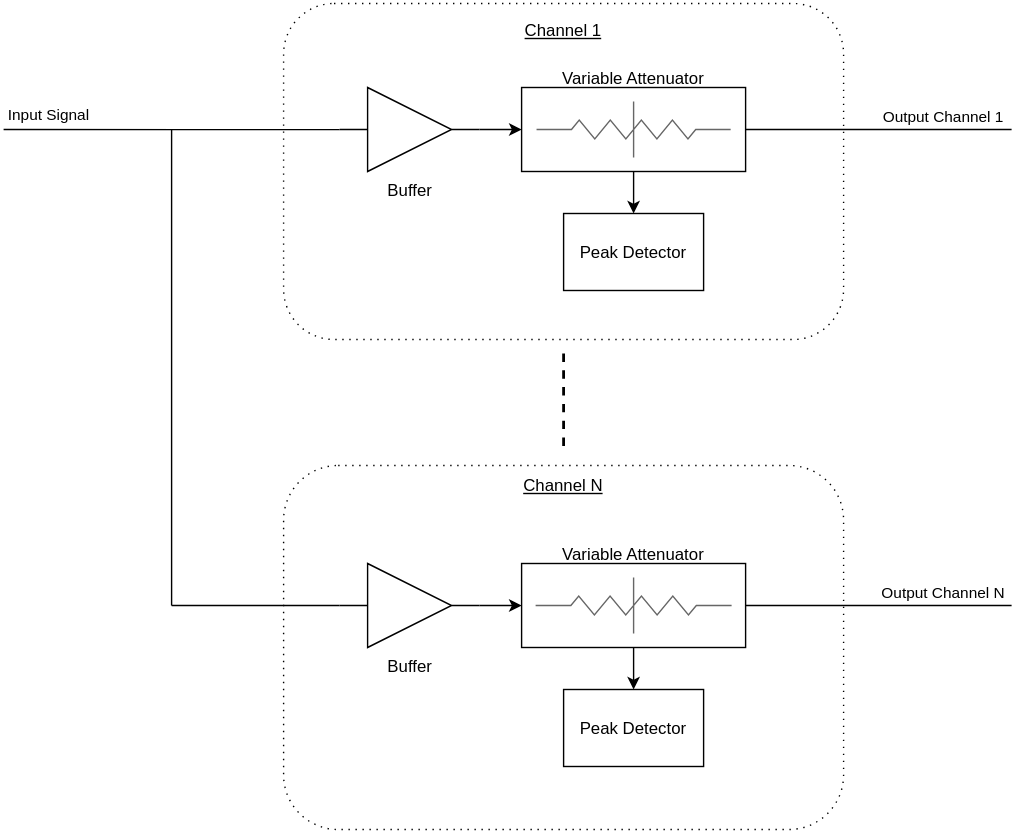
This is ActiveSplitterPedal/RevD/SOIC14/docs/systemdesign/SplitterBlockDiagram.svg from cracked-machine/ActiveSplitterPedalWithAnalogPeakDetector_HW, a draw.io export, as it was before one commit. Source tidied: cells renumbered, new cells last; positions are measured from the earlier drawing's top-left corner, leaving out a move shared by most shapes.
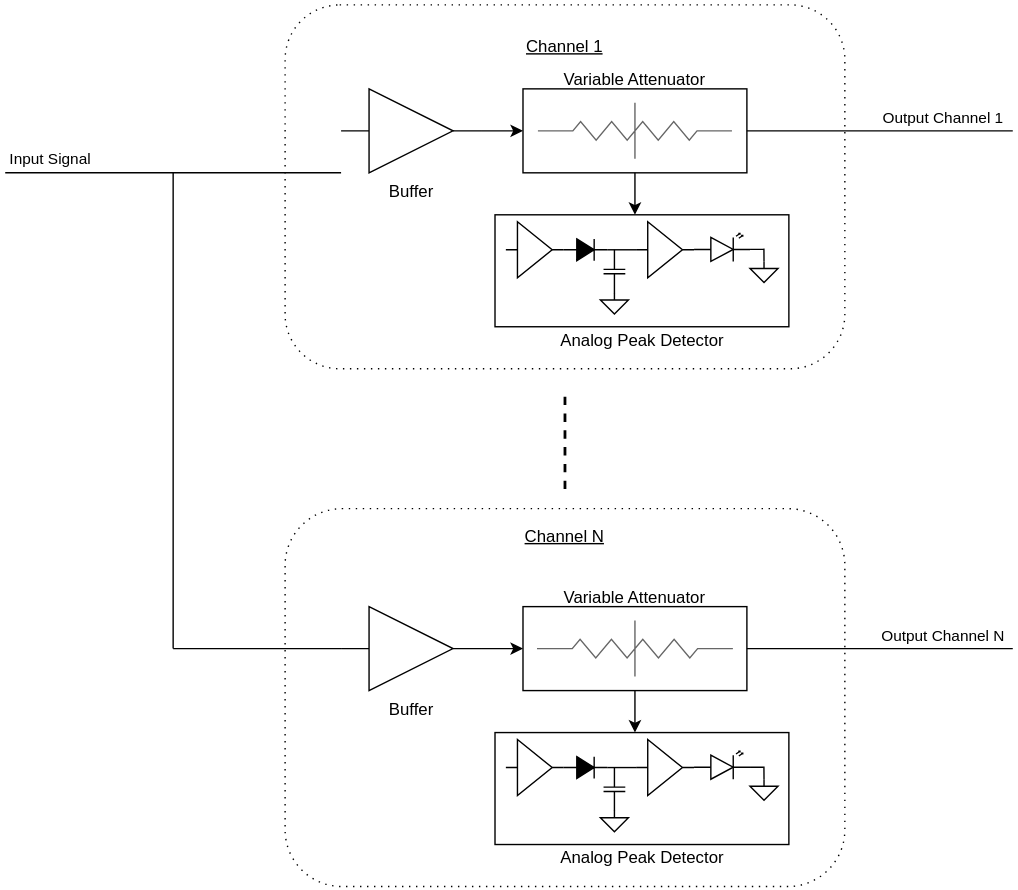
Later version of the same file.

Commit message:
updated svg system overview diagram

What changed in the source:
```diff
@@ -2,14 +2,14 @@
   <root>
     <mxCell id="0" />
     <mxCell id="1" parent="0" />
-    <mxCell id="2" style="edgeStyle=orthogonalEdgeStyle;rounded=0;orthogonalLoop=1;jettySize=auto;html=1;startArrow=none;startFill=0;endArrow=none;endFill=0;dashed=1;strokeWidth=2;" parent="1" edge="1">
-      <mxGeometry relative="1" as="geometry">
-        <mxPoint x="400" y="250" as="sourcePoint" />
-        <mxPoint x="400" y="320" as="targetPoint" />
-      </mxGeometry>
-    </mxCell>
+    <mxCell id="26" style="edgeStyle=orthogonalEdgeStyle;rounded=0;orthogonalLoop=1;jettySize=auto;html=1;startArrow=none;startFill=0;endArrow=none;endFill=0;dashed=1;strokeWidth=2;" parent="1" edge="1">
+      <mxGeometry relative="1" as="geometry">
+        <mxPoint x="400" y="250" as="sourcePoint" />
+        <mxPoint x="400" y="320" as="targetPoint" />
+      </mxGeometry>
+    </mxCell>
     <mxCell id="3" value="&lt;div&gt;&lt;u&gt;Channel&amp;nbsp;1&lt;/u&gt;&lt;/div&gt;&lt;div&gt;&lt;br&gt;&lt;/div&gt;&lt;div&gt;&lt;br&gt;&lt;/div&gt;&lt;div&gt;&lt;br&gt;&lt;/div&gt;&lt;div&gt;&lt;br&gt;&lt;/div&gt;&lt;div&gt;&lt;br&gt;&lt;/div&gt;&lt;div&gt;&lt;br&gt;&lt;/div&gt;&lt;div&gt;&lt;br&gt;&lt;/div&gt;&lt;div&gt;&lt;br&gt;&lt;/div&gt;&lt;div&gt;&lt;br&gt;&lt;/div&gt;&lt;div&gt;&lt;br&gt;&lt;/div&gt;&lt;div&gt;&lt;br&gt;&lt;/div&gt;&lt;div&gt;&lt;br&gt;&lt;/div&gt;&lt;div&gt;&lt;br&gt;&lt;/div&gt;&lt;div&gt;&lt;br&gt;&lt;/div&gt;" style="shape=rect;html=1;rounded=1;whiteSpace=wrap;align=center;dashed=1;dashPattern=1 4;" parent="1" vertex="1">
-      <mxGeometry x="200" width="400" height="240" as="geometry" />
+      <mxGeometry x="200" y="-30" width="400" height="260" as="geometry" />
     </mxCell>
     <mxCell id="4" value="Input Signal" style="edgeStyle=orthogonalEdgeStyle;rounded=0;jettySize=auto;html=1;endArrow=none;endFill=0;" parent="1" edge="1" source="6">
       <mxGeometry x="0.73" y="-10" relative="1" as="geometry">
@@ -20,81 +20,163 @@
         </Array>
       </mxGeometry>
     </mxCell>
-    <mxCell id="5" style="edgeStyle=orthogonalEdgeStyle;rounded=0;jettySize=auto;html=1;exitX=1;exitY=0.5;exitDx=0;exitDy=0;entryX=0;entryY=0.5;entryDx=0;entryDy=0;endArrow=classic;endFill=1;" parent="1" edge="1" source="6" target="8">
-      <mxGeometry relative="1" as="geometry" />
-    </mxCell>
+    <mxCell id="27" style="edgeStyle=orthogonalEdgeStyle;rounded=0;jettySize=auto;html=1;exitX=1;exitY=0.5;exitDx=0;exitDy=0;entryX=0;entryY=0.5;entryDx=0;entryDy=0;endArrow=classic;endFill=1;" parent="1" edge="1" source="6" target="29">
+      <mxGeometry relative="1" as="geometry" />
+    </mxCell>
     <mxCell id="6" value="Buffer" style="verticalLabelPosition=bottom;shadow=0;dashed=0;align=center;html=1;verticalAlign=top;shape=mxgraph.electrical.logic_gates.buffer2;" parent="1" vertex="1">
-      <mxGeometry x="240" y="60" width="100" height="60" as="geometry" />
+      <mxGeometry x="240" y="30" width="100" height="60" as="geometry" />
     </mxCell>
-    <mxCell id="7" style="group;" parent="1" vertex="1">
-      <mxGeometry x="370" y="60" width="160" height="60" as="geometry" />
-    </mxCell>
-    <mxCell id="8" value="&lt;div&gt;Variable Attenuator&lt;/div&gt;&lt;div&gt;&lt;br&gt;&lt;/div&gt;&lt;div&gt;&lt;br&gt;&lt;/div&gt;&lt;div&gt;&lt;br&gt;&lt;/div&gt;&lt;div&gt;&lt;br&gt;&lt;/div&gt;&lt;div&gt;&lt;br&gt;&lt;/div&gt;" style="rounded=0;whiteSpace=wrap;html=1;" parent="7" vertex="1">
-      <mxGeometry width="160" height="60" as="geometry" />
-    </mxCell>
+    <mxCell id="28" style="group;" parent="1" vertex="1">
+      <mxGeometry x="370" y="30" width="160" height="60" as="geometry" />
+    </mxCell>
+    <mxCell id="29" value="&lt;div&gt;Variable Attenuator&lt;/div&gt;&lt;div&gt;&lt;br&gt;&lt;/div&gt;&lt;div&gt;&lt;br&gt;&lt;/div&gt;&lt;div&gt;&lt;br&gt;&lt;/div&gt;&lt;div&gt;&lt;br&gt;&lt;/div&gt;&lt;div&gt;&lt;br&gt;&lt;/div&gt;" style="rounded=0;whiteSpace=wrap;html=1;" parent="28" vertex="1">
+      <mxGeometry width="160" height="60" as="geometry" />
+    </mxCell>
-    <mxCell id="9" style="verticalLabelPosition=bottom;shadow=0;dashed=0;align=center;html=1;verticalAlign=top;shape=mxgraph.electrical.resistors.attenuator;perimeterSpacing=0;fillColor=#f5f5f5;strokeColor=#666666;fontColor=#333333;labelBorderColor=#000000;" parent="7" vertex="1">
+    <mxCell id="9" style="verticalLabelPosition=bottom;shadow=0;dashed=0;align=center;html=1;verticalAlign=top;shape=mxgraph.electrical.resistors.attenuator;perimeterSpacing=0;fillColor=#f5f5f5;strokeColor=#666666;fontColor=#333333;labelBorderColor=#000000;" parent="28" vertex="1">
       <mxGeometry x="10.7" y="10" width="138.7" height="40" as="geometry" />
     </mxCell>
-    <mxCell id="10" value="Peak Detector" style="rounded=0;whiteSpace=wrap;html=1;" parent="1" vertex="1">
-      <mxGeometry x="400" y="150" width="100" height="55" as="geometry" />
-    </mxCell>
-    <mxCell id="11" style="edgeStyle=orthogonalEdgeStyle;rounded=0;jettySize=auto;html=1;endArrow=none;endFill=0;" parent="1" edge="1" source="8">
-      <mxGeometry relative="1" as="geometry">
-        <mxPoint x="720" y="90" as="targetPoint" />
-      </mxGeometry>
-    </mxCell>
+    <mxCell id="30" style="edgeStyle=orthogonalEdgeStyle;rounded=0;jettySize=auto;html=1;endArrow=none;endFill=0;" parent="1" edge="1" source="29">
+      <mxGeometry relative="1" as="geometry">
+        <mxPoint x="720" y="60" as="targetPoint" />
+      </mxGeometry>
+    </mxCell>
-    <mxCell id="12" value="Output Channel 1" style="edgeLabel;html=1;align=center;verticalAlign=middle;" parent="11" vertex="1">
+    <mxCell id="12" value="Output Channel 1" style="edgeLabel;html=1;align=center;verticalAlign=middle;" parent="30" vertex="1">
       <mxGeometry x="0.83" y="1" relative="1" as="geometry">
         <mxPoint x="-34.1" y="-9" as="offset" />
       </mxGeometry>
     </mxCell>
-    <mxCell id="13" style="edgeStyle=orthogonalEdgeStyle;rounded=0;jettySize=auto;html=1;exitX=0.5;exitY=1;exitDx=0;exitDy=0;entryX=0.5;entryY=0;entryDx=0;entryDy=0;endArrow=classic;endFill=1;" parent="1" edge="1" source="8" target="10">
-      <mxGeometry relative="1" as="geometry" />
-    </mxCell>
-    <mxCell id="14" style="endArrow=none;html=1;endFill=0;" parent="1" edge="1">
-      <mxGeometry relative="1" as="geometry">
-        <mxPoint x="120" y="90" as="sourcePoint" />
-        <mxPoint x="120" y="430" as="targetPoint" />
-      </mxGeometry>
-    </mxCell>
+    <mxCell id="31" style="edgeStyle=orthogonalEdgeStyle;rounded=0;jettySize=auto;html=1;exitX=0.5;exitY=1;exitDx=0;exitDy=0;entryX=0.5;entryY=0;entryDx=0;entryDy=0;endArrow=classic;endFill=1;" parent="1" edge="1" source="29">
+      <mxGeometry relative="1" as="geometry">
+        <mxPoint x="450" y="120" as="targetPoint" />
+      </mxGeometry>
+    </mxCell>
+    <mxCell id="32" style="endArrow=none;html=1;endFill=0;" parent="1" edge="1">
+      <mxGeometry relative="1" as="geometry">
+        <mxPoint x="120" y="90" as="sourcePoint" />
+        <mxPoint x="120" y="430" as="targetPoint" />
+      </mxGeometry>
+    </mxCell>
     <mxCell id="15" value="&lt;div&gt;&lt;u&gt;Channel N&lt;br&gt;&lt;/u&gt;&lt;/div&gt;&lt;div&gt;&lt;br&gt;&lt;/div&gt;&lt;div&gt;&lt;br&gt;&lt;/div&gt;&lt;div&gt;&lt;br&gt;&lt;/div&gt;&lt;div&gt;&lt;br&gt;&lt;/div&gt;&lt;div&gt;&lt;br&gt;&lt;/div&gt;&lt;div&gt;&lt;br&gt;&lt;/div&gt;&lt;div&gt;&lt;br&gt;&lt;/div&gt;&lt;div&gt;&lt;br&gt;&lt;/div&gt;&lt;div&gt;&lt;br&gt;&lt;/div&gt;&lt;div&gt;&lt;br&gt;&lt;/div&gt;&lt;div&gt;&lt;br&gt;&lt;/div&gt;&lt;div&gt;&lt;br&gt;&lt;/div&gt;&lt;div&gt;&lt;br&gt;&lt;/div&gt;&lt;div&gt;&lt;br&gt;&lt;/div&gt;&lt;div&gt;&lt;br&gt;&lt;/div&gt;&lt;div&gt;&lt;br&gt;&lt;/div&gt;" style="shape=rect;html=1;rounded=1;whiteSpace=wrap;align=center;dashed=1;dashPattern=1 4;" parent="1" vertex="1">
-      <mxGeometry x="200" y="330" width="400" height="260" as="geometry" />
+      <mxGeometry x="200" y="330" width="400" height="270" as="geometry" />
     </mxCell>
-    <mxCell id="16" style="edgeStyle=orthogonalEdgeStyle;rounded=0;jettySize=auto;html=1;exitX=1;exitY=0.5;exitDx=0;exitDy=0;entryX=0;entryY=0.5;entryDx=0;entryDy=0;endArrow=classic;endFill=1;" parent="1" edge="1" source="17" target="19">
-      <mxGeometry relative="1" as="geometry" />
-    </mxCell>
+    <mxCell id="33" style="edgeStyle=orthogonalEdgeStyle;rounded=0;jettySize=auto;html=1;exitX=1;exitY=0.5;exitDx=0;exitDy=0;entryX=0;entryY=0.5;entryDx=0;entryDy=0;endArrow=classic;endFill=1;" parent="1" edge="1" source="17" target="34">
+      <mxGeometry relative="1" as="geometry" />
+    </mxCell>
     <mxCell id="17" value="Buffer" style="verticalLabelPosition=bottom;shadow=0;dashed=0;align=center;html=1;verticalAlign=top;shape=mxgraph.electrical.logic_gates.buffer2;" parent="1" vertex="1">
       <mxGeometry x="240" y="400" width="100" height="60" as="geometry" />
     </mxCell>
     <mxCell id="18" style="group;" parent="1" vertex="1">
       <mxGeometry x="370" y="400" width="160" height="60" as="geometry" />
     </mxCell>
-    <mxCell id="19" value="&lt;div&gt;Variable Attenuator&lt;/div&gt;&lt;div&gt;&lt;br&gt;&lt;/div&gt;&lt;div&gt;&lt;br&gt;&lt;/div&gt;&lt;div&gt;&lt;br&gt;&lt;/div&gt;&lt;div&gt;&lt;br&gt;&lt;/div&gt;&lt;div&gt;&lt;br&gt;&lt;/div&gt;" style="rounded=0;whiteSpace=wrap;html=1;" parent="18" vertex="1">
-      <mxGeometry width="160" height="60" as="geometry" />
-    </mxCell>
+    <mxCell id="34" value="&lt;div&gt;Variable Attenuator&lt;/div&gt;&lt;div&gt;&lt;br&gt;&lt;/div&gt;&lt;div&gt;&lt;br&gt;&lt;/div&gt;&lt;div&gt;&lt;br&gt;&lt;/div&gt;&lt;div&gt;&lt;br&gt;&lt;/div&gt;&lt;div&gt;&lt;br&gt;&lt;/div&gt;" style="rounded=0;whiteSpace=wrap;html=1;" parent="18" vertex="1">
+      <mxGeometry width="160" height="60" as="geometry" />
+    </mxCell>
     <mxCell id="20" style="verticalLabelPosition=bottom;shadow=0;dashed=0;align=center;html=1;verticalAlign=top;shape=mxgraph.electrical.resistors.attenuator;perimeterSpacing=0;fillColor=#f5f5f5;strokeColor=#666666;fontColor=#333333;labelBorderColor=#000000;" parent="18" vertex="1">
       <mxGeometry x="10" y="10" width="140" height="40" as="geometry" />
     </mxCell>
-    <mxCell id="21" value="Peak Detector" style="rounded=0;whiteSpace=wrap;html=1;" parent="1" vertex="1">
-      <mxGeometry x="400" y="490" width="100" height="55" as="geometry" />
-    </mxCell>
-    <mxCell id="22" style="edgeStyle=orthogonalEdgeStyle;rounded=0;jettySize=auto;html=1;endArrow=none;endFill=0;" parent="1" edge="1" source="19">
-      <mxGeometry relative="1" as="geometry">
-        <mxPoint x="720" y="430" as="targetPoint" />
-      </mxGeometry>
-    </mxCell>
+    <mxCell id="35" style="edgeStyle=orthogonalEdgeStyle;rounded=0;jettySize=auto;html=1;endArrow=none;endFill=0;" parent="1" edge="1" source="34">
+      <mxGeometry relative="1" as="geometry">
+        <mxPoint x="720" y="430" as="targetPoint" />
+      </mxGeometry>
+    </mxCell>
-    <mxCell id="23" value="Output Channel N" style="edgeLabel;html=1;align=center;verticalAlign=middle;" parent="22" vertex="1">
+    <mxCell id="23" value="Output Channel N" style="edgeLabel;html=1;align=center;verticalAlign=middle;" parent="35" vertex="1">
       <mxGeometry x="0.83" y="1" relative="1" as="geometry">
         <mxPoint x="-34.1" y="-9" as="offset" />
       </mxGeometry>
     </mxCell>
-    <mxCell id="24" style="edgeStyle=orthogonalEdgeStyle;rounded=0;jettySize=auto;html=1;exitX=0.5;exitY=1;exitDx=0;exitDy=0;entryX=0.5;entryY=0;entryDx=0;entryDy=0;endArrow=classic;endFill=1;" parent="1" edge="1" source="19" target="21">
-      <mxGeometry relative="1" as="geometry" />
-    </mxCell>
-    <mxCell id="25" style="endArrow=none;html=1;entryX=0;entryY=0.5;entryDx=0;entryDy=0;" parent="1" edge="1" target="17">
-      <mxGeometry relative="1" as="geometry">
-        <mxPoint x="120" y="430" as="sourcePoint" />
-      </mxGeometry>
-    </mxCell>
+    <mxCell id="36" style="edgeStyle=orthogonalEdgeStyle;rounded=0;jettySize=auto;html=1;exitX=0.5;exitY=1;exitDx=0;exitDy=0;entryX=0.5;entryY=0;entryDx=0;entryDy=0;endArrow=classic;endFill=1;" parent="1" edge="1" source="34">
+      <mxGeometry relative="1" as="geometry">
+        <mxPoint x="450" y="490" as="targetPoint" />
+      </mxGeometry>
+    </mxCell>
+    <mxCell id="37" style="endArrow=none;html=1;entryX=0;entryY=0.5;entryDx=0;entryDy=0;" parent="1" edge="1" target="17">
+      <mxGeometry relative="1" as="geometry">
+        <mxPoint x="120" y="430" as="sourcePoint" />
+      </mxGeometry>
+    </mxCell>
+    <mxCell id="38" style="group;" parent="1" vertex="1">
+      <mxGeometry x="350" y="110" width="210" height="110" as="geometry" />
+    </mxCell>
+    <mxCell id="39" style="group;" parent="38" vertex="1">
+      <mxGeometry width="210" height="90" as="geometry" />
+    </mxCell>
+    <mxCell id="40" value="&lt;br&gt;&lt;div&gt;&lt;br&gt;&lt;/div&gt;&lt;div&gt;&lt;br&gt;&lt;/div&gt;&lt;div&gt;&lt;br&gt;&lt;/div&gt;&lt;div&gt;&lt;br&gt;&lt;/div&gt;&lt;div&gt;&lt;br&gt;&lt;/div&gt;" style="rounded=0;whiteSpace=wrap;html=1;" parent="39" vertex="1">
+      <mxGeometry y="10" width="210" height="80" as="geometry" />
+    </mxCell>
+    <mxCell id="41" style="group;" parent="39" vertex="1">
+      <mxGeometry x="7.8" y="23.3" width="202.2" height="57.5" as="geometry" />
+    </mxCell>
+    <mxCell id="42" style="fillColor=strokeColor;verticalLabelPosition=bottom;shadow=0;dashed=0;align=center;html=1;verticalAlign=top;shape=mxgraph.electrical.diodes.diode;" parent="41" vertex="1">
+      <mxGeometry x="41.4" y="3.9" width="31" height="15.6" as="geometry" />
+    </mxCell>
+    <mxCell id="43" style="verticalLabelPosition=bottom;shadow=0;dashed=0;align=center;html=1;verticalAlign=top;shape=mxgraph.electrical.capacitors.capacitor_1;rotation=-90;" parent="41" vertex="1">
+      <mxGeometry x="62.1" y="19.4" width="31" height="15.6" as="geometry" />
+    </mxCell>
+    <mxCell id="44" style="verticalLabelPosition=bottom;shadow=0;dashed=0;align=center;html=1;verticalAlign=top;shape=mxgraph.electrical.signal_sources.signal_ground;" parent="41" vertex="1">
+      <mxGeometry x="67.6" y="42.5" width="20" height="15" as="geometry" />
+    </mxCell>
+    <mxCell id="45" style="verticalLabelPosition=bottom;shadow=0;dashed=0;align=center;html=1;verticalAlign=top;shape=mxgraph.electrical.opto_electronics.led_2;" parent="39" vertex="1">
+      <mxGeometry x="142.2" y="23.3" width="40" height="20" as="geometry" />
+    </mxCell>
+    <mxCell id="46" style="verticalLabelPosition=bottom;shadow=0;dashed=0;align=center;html=1;verticalAlign=top;shape=mxgraph.electrical.signal_sources.signal_ground;" parent="39" vertex="1">
+      <mxGeometry x="182.2" y="43.3" width="20" height="15" as="geometry" />
+    </mxCell>
+    <mxCell id="47" style="edgeStyle=orthogonalEdgeStyle;rounded=0;jettySize=auto;html=1;entryX=0.5;entryY=0;entryDx=0;entryDy=0;entryPerimeter=0;exitX=1;exitY=0.57;exitDx=0;exitDy=0;exitPerimeter=0;endArrow=none;endFill=0;" parent="39" edge="1" source="45" target="46">
+      <mxGeometry relative="1" as="geometry" />
+    </mxCell>
+    <mxCell id="48" style="verticalLabelPosition=bottom;shadow=0;dashed=0;align=center;html=1;verticalAlign=top;shape=mxgraph.electrical.logic_gates.buffer2;" parent="39" vertex="1">
+      <mxGeometry x="100.9" y="15" width="41.4" height="40" as="geometry" />
+    </mxCell>
+    <mxCell id="49" style="endArrow=none;html=1;entryX=0;entryY=0.5;entryDx=0;entryDy=0;exitX=1;exitY=0.5;exitDx=0;exitDy=0;exitPerimeter=0;" parent="39" edge="1" source="42" target="48">
+      <mxGeometry relative="1" as="geometry" />
+    </mxCell>
+    <mxCell id="50" style="verticalLabelPosition=bottom;shadow=0;dashed=0;align=center;html=1;verticalAlign=top;shape=mxgraph.electrical.logic_gates.buffer2;" parent="39" vertex="1">
+      <mxGeometry x="7.8" y="15" width="41.4" height="40" as="geometry" />
+    </mxCell>
+    <mxCell id="51" value="Analog Peak Detector" style="text;html=1;strokeColor=none;fillColor=none;align=center;verticalAlign=middle;whiteSpace=wrap;rounded=0;" parent="38" vertex="1">
+      <mxGeometry x="32.6" y="90" width="144.8" height="20" as="geometry" />
+    </mxCell>
+    <mxCell id="52" style="group;" parent="1" vertex="1">
+      <mxGeometry x="350" y="480" width="210" height="110" as="geometry" />
+    </mxCell>
+    <mxCell id="53" style="group;" parent="52" vertex="1">
+      <mxGeometry width="210" height="90" as="geometry" />
+    </mxCell>
+    <mxCell id="54" value="&lt;br&gt;&lt;div&gt;&lt;br&gt;&lt;/div&gt;&lt;div&gt;&lt;br&gt;&lt;/div&gt;&lt;div&gt;&lt;br&gt;&lt;/div&gt;&lt;div&gt;&lt;br&gt;&lt;/div&gt;&lt;div&gt;&lt;br&gt;&lt;/div&gt;" style="rounded=0;whiteSpace=wrap;html=1;" parent="53" vertex="1">
+      <mxGeometry y="10" width="210" height="80" as="geometry" />
+    </mxCell>
+    <mxCell id="55" style="group;" parent="53" vertex="1">
+      <mxGeometry x="7.8" y="23.3" width="202.2" height="57.5" as="geometry" />
+    </mxCell>
+    <mxCell id="56" style="fillColor=strokeColor;verticalLabelPosition=bottom;shadow=0;dashed=0;align=center;html=1;verticalAlign=top;shape=mxgraph.electrical.diodes.diode;" parent="55" vertex="1">
+      <mxGeometry x="41.4" y="3.9" width="31" height="15.6" as="geometry" />
+    </mxCell>
+    <mxCell id="57" style="verticalLabelPosition=bottom;shadow=0;dashed=0;align=center;html=1;verticalAlign=top;shape=mxgraph.electrical.capacitors.capacitor_1;rotation=-90;" parent="55" vertex="1">
+      <mxGeometry x="62.1" y="19.4" width="31" height="15.6" as="geometry" />
+    </mxCell>
+    <mxCell id="58" style="verticalLabelPosition=bottom;shadow=0;dashed=0;align=center;html=1;verticalAlign=top;shape=mxgraph.electrical.signal_sources.signal_ground;" parent="55" vertex="1">
+      <mxGeometry x="67.6" y="42.5" width="20" height="15" as="geometry" />
+    </mxCell>
+    <mxCell id="59" style="verticalLabelPosition=bottom;shadow=0;dashed=0;align=center;html=1;verticalAlign=top;shape=mxgraph.electrical.opto_electronics.led_2;" parent="53" vertex="1">
+      <mxGeometry x="142.2" y="23.3" width="40" height="20" as="geometry" />
+    </mxCell>
+    <mxCell id="60" style="verticalLabelPosition=bottom;shadow=0;dashed=0;align=center;html=1;verticalAlign=top;shape=mxgraph.electrical.signal_sources.signal_ground;" parent="53" vertex="1">
+      <mxGeometry x="182.2" y="43.3" width="20" height="15" as="geometry" />
+    </mxCell>
+    <mxCell id="61" style="edgeStyle=orthogonalEdgeStyle;rounded=0;jettySize=auto;html=1;entryX=0.5;entryY=0;entryDx=0;entryDy=0;entryPerimeter=0;exitX=1;exitY=0.57;exitDx=0;exitDy=0;exitPerimeter=0;endArrow=none;endFill=0;" parent="53" edge="1" source="59" target="60">
+      <mxGeometry relative="1" as="geometry" />
+    </mxCell>
+    <mxCell id="62" style="verticalLabelPosition=bottom;shadow=0;dashed=0;align=center;html=1;verticalAlign=top;shape=mxgraph.electrical.logic_gates.buffer2;" parent="53" vertex="1">
+      <mxGeometry x="100.9" y="15" width="41.4" height="40" as="geometry" />
+    </mxCell>
+    <mxCell id="63" style="endArrow=none;html=1;entryX=0;entryY=0.5;entryDx=0;entryDy=0;exitX=1;exitY=0.5;exitDx=0;exitDy=0;exitPerimeter=0;" parent="53" edge="1" source="56" target="62">
+      <mxGeometry relative="1" as="geometry" />
+    </mxCell>
+    <mxCell id="64" style="verticalLabelPosition=bottom;shadow=0;dashed=0;align=center;html=1;verticalAlign=top;shape=mxgraph.electrical.logic_gates.buffer2;" parent="53" vertex="1">
+      <mxGeometry x="7.8" y="15" width="41.4" height="40" as="geometry" />
+    </mxCell>
+    <mxCell id="65" value="Analog Peak Detector" style="text;html=1;strokeColor=none;fillColor=none;align=center;verticalAlign=middle;whiteSpace=wrap;rounded=0;" parent="52" vertex="1">
+      <mxGeometry x="32.6" y="90" width="144.8" height="20" as="geometry" />
+    </mxCell>
   </root>
 </mxGraphModel>
```
